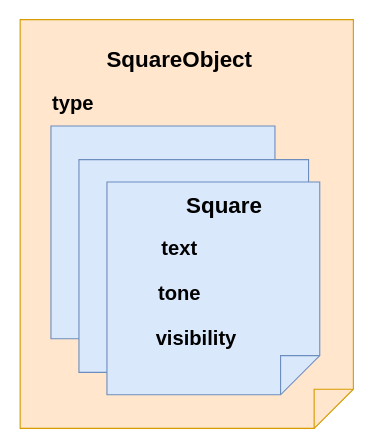
Thuong911/vietStudy keeps this draw.io diagram as page "Page-27" (27 of 27) of src/Untitled Diagram.drawio. Above is the earlier version. Source tidied: cells renumbered, new cells numbered last; positions are measured from the earlier drawing's top-left corner, leaving out a move shared by most shapes. Both pictures are drawn from the tidied source at 112%, with x=0, y=0 at pixel (19, 19).
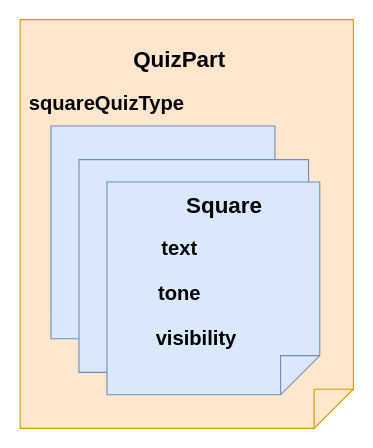
After the change.

What changed in the source:
```diff
@@
 <mxGraphModel>
   <root>
     <mxCell id="0" />
     <mxCell id="1" parent="0" />
     <mxCell id="2" style="shape=note;size=35;whiteSpace=wrap;html=1;direction=south;labelBorderColor=#FFCC99;labelBackgroundColor=#FFE599;fillColor=#ffe6cc;strokeColor=#d79b00;shadow=0;sketch=0;fontStyle=1;" parent="1" vertex="1">
       <mxGeometry x="0.5" width="297.5" height="365" as="geometry" />
     </mxCell>
     <mxCell id="3" style="shape=note;size=35;whiteSpace=wrap;html=1;direction=south;fillColor=#dae8fc;strokeColor=#6c8ebf;fontStyle=1;" parent="1" vertex="1">
       <mxGeometry x="28" y="95" width="200" height="190" as="geometry" />
     </mxCell>
     <mxCell id="4" style="shape=note;size=35;whiteSpace=wrap;html=1;direction=south;fillColor=#dae8fc;strokeColor=#6c8ebf;fontStyle=1;" parent="1" vertex="1">
       <mxGeometry x="53" y="125" width="205" height="190" as="geometry" />
     </mxCell>
     <mxCell id="5" style="shape=note;size=35;whiteSpace=wrap;html=1;direction=south;fillColor=#dae8fc;strokeColor=#6c8ebf;fontStyle=1;" parent="1" vertex="1">
       <mxGeometry x="78" y="145" width="190" height="190" as="geometry" />
     </mxCell>
-    <mxCell id="6" value="SquareObject" style="text;html=1;strokeColor=none;fillColor=none;align=center;verticalAlign=middle;whiteSpace=wrap;rounded=0;fontStyle=1;fontSize=20;" parent="1" vertex="1">
+    <mxCell id="6" value="QuizPart" style="text;html=1;strokeColor=none;fillColor=none;align=center;verticalAlign=middle;whiteSpace=wrap;rounded=0;fontStyle=1;fontSize=20;" parent="1" vertex="1">
       <mxGeometry x="123" y="25" width="40" height="20" as="geometry" />
     </mxCell>
-    <mxCell id="7" value="type" style="text;html=1;strokeColor=none;fillColor=none;align=center;verticalAlign=middle;whiteSpace=wrap;rounded=0;fontStyle=1;fontSize=18;" parent="1" vertex="1">
-      <mxGeometry x="28" y="65" width="40" height="20" as="geometry" />
+    <mxCell id="7" value="squareQuizType" style="text;html=1;strokeColor=none;fillColor=none;align=center;verticalAlign=middle;whiteSpace=wrap;rounded=0;fontStyle=1;fontSize=18;" parent="1" vertex="1">
+      <mxGeometry x="58" y="65" width="40" height="20" as="geometry" />
     </mxCell>
     <mxCell id="8" value="Square" style="text;html=1;strokeColor=none;fillColor=none;align=center;verticalAlign=middle;whiteSpace=wrap;rounded=0;fontStyle=1;fontSize=20;" parent="1" vertex="1">
       <mxGeometry x="163" y="155" width="40" height="20" as="geometry" />
     </mxCell>
     <mxCell id="9" value="text" style="text;html=1;strokeColor=none;fillColor=none;align=center;verticalAlign=middle;whiteSpace=wrap;rounded=0;fontStyle=1;fontSize=18;" parent="1" vertex="1">
       <mxGeometry x="123" y="195" width="40" height="20" as="geometry" />
     </mxCell>
     <mxCell id="10" value="tone" style="text;html=1;strokeColor=none;fillColor=none;align=center;verticalAlign=middle;whiteSpace=wrap;rounded=0;fontStyle=1;fontSize=18;" parent="1" vertex="1">
       <mxGeometry x="123" y="235" width="40" height="20" as="geometry" />
     </mxCell>
     <mxCell id="11" value="visibility" style="text;html=1;strokeColor=none;fillColor=none;align=center;verticalAlign=middle;whiteSpace=wrap;rounded=0;fontStyle=1;fontSize=18;" parent="1" vertex="1">
       <mxGeometry x="138" y="275" width="40" height="20" as="geometry" />
     </mxCell>
   </root>
 </mxGraphModel>
```
